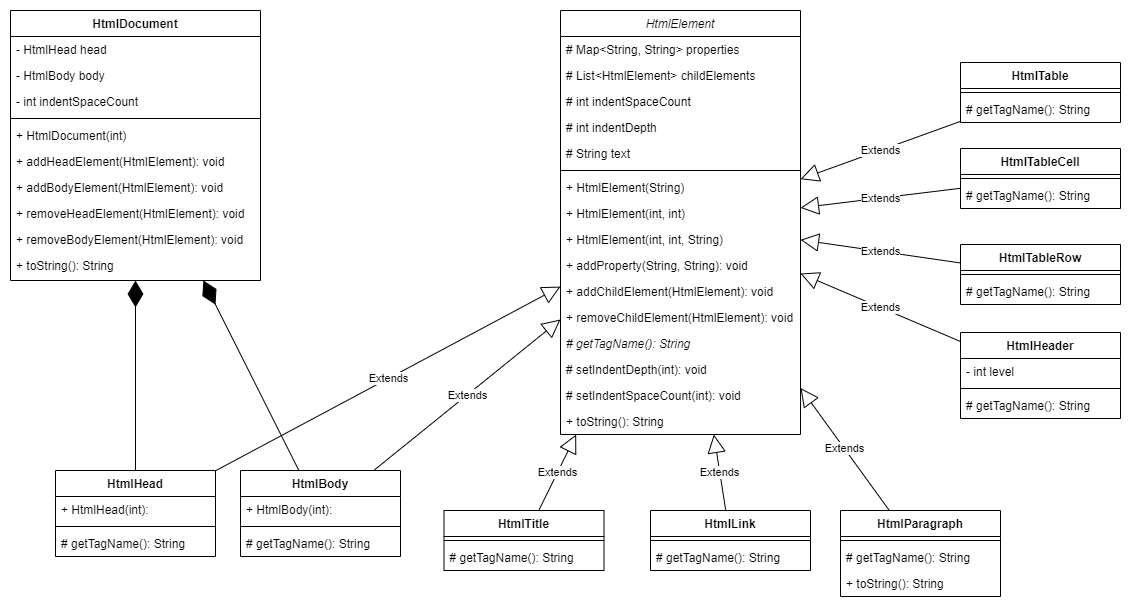
Earlier version of the draw.io export UML/Html-generator-drawio.png (Vajaylm/HtmlGenerator). Source tidied: cells renumbered, new cells last; positions are measured from the earlier drawing's top-left corner, leaving out a move shared by most shapes.
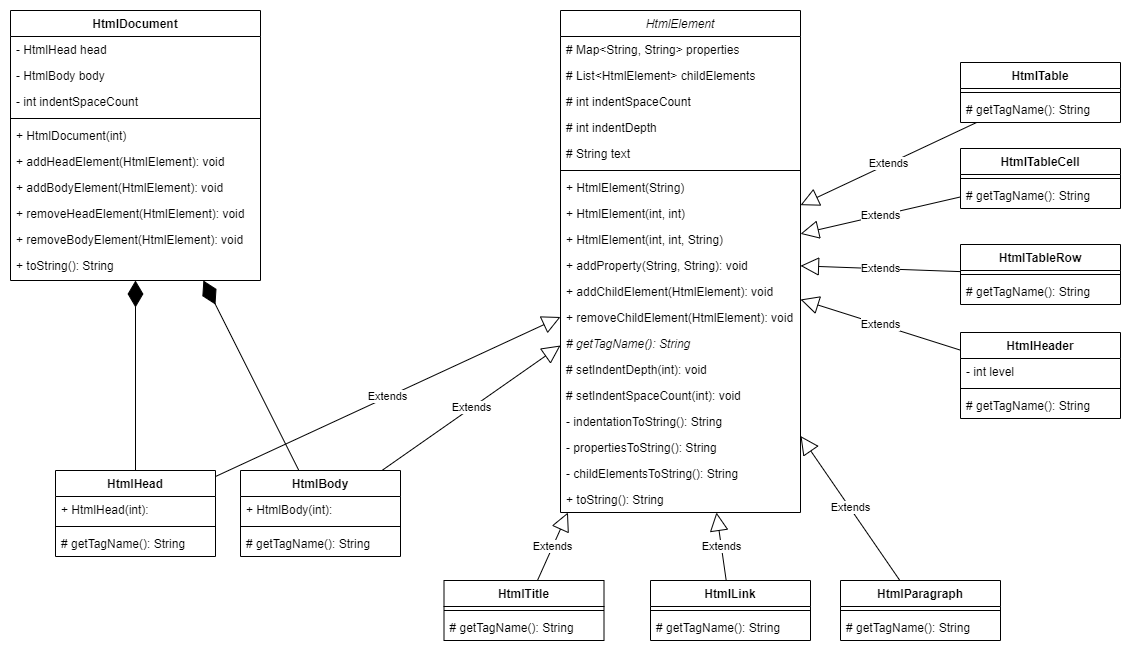
After the change.

Commit message:
Split toString method to smaller units for HtmlElement

The edit, as a diff of the source:
```diff
@@ -3,7 +3,7 @@
     <mxCell id="0" />
     <mxCell id="1" parent="0" />
     <mxCell id="2" value="HtmlElement" style="swimlane;fontStyle=2;align=center;verticalAlign=top;horizontal=1;startSize=26;rounded=0;shadow=0;strokeWidth=1;" parent="1" vertex="1">
-      <mxGeometry x="550" width="240" height="424" as="geometry" />
+      <mxGeometry x="550" width="240" height="502" as="geometry" />
     </mxCell>
     <mxCell id="3" value="# Map&lt;String, String&gt; properties&#10;" style="text;align=left;verticalAlign=top;spacingLeft=4;spacingRight=4;overflow=hidden;" parent="2" vertex="1">
       <mxGeometry y="26" width="240" height="26" as="geometry" />
@@ -50,8 +50,17 @@
     <mxCell id="17" value="# setIndentSpaceCount(int): void" style="text;align=left;verticalAlign=top;spacingLeft=4;spacingRight=4;overflow=hidden;" parent="2" vertex="1">
       <mxGeometry y="372" width="240" height="26" as="geometry" />
     </mxCell>
+    <mxCell id="72" value="- indentationToString(): String" style="text;align=left;verticalAlign=top;spacingLeft=4;spacingRight=4;overflow=hidden;" parent="2" vertex="1">
+      <mxGeometry y="398" width="240" height="26" as="geometry" />
+    </mxCell>
+    <mxCell id="73" value="- propertiesToString(): String" style="text;align=left;verticalAlign=top;spacingLeft=4;spacingRight=4;overflow=hidden;" parent="2" vertex="1">
+      <mxGeometry y="424" width="240" height="26" as="geometry" />
+    </mxCell>
+    <mxCell id="74" value="- childElementsToString(): String" style="text;align=left;verticalAlign=top;spacingLeft=4;spacingRight=4;overflow=hidden;" parent="2" vertex="1">
+      <mxGeometry y="450" width="240" height="26" as="geometry" />
+    </mxCell>
     <mxCell id="18" value="+ toString(): String" style="text;align=left;verticalAlign=top;spacingLeft=4;spacingRight=4;overflow=hidden;" parent="2" vertex="1">
-      <mxGeometry y="398" width="240" height="26" as="geometry" />
+      <mxGeometry y="476" width="240" height="26" as="geometry" />
     </mxCell>
     <mxCell id="19" value="HtmlDocument" style="swimlane;fontStyle=1;align=center;verticalAlign=top;horizontal=1;startSize=26;rounded=0;shadow=0;strokeWidth=1;" parent="1" vertex="1">
       <mxGeometry width="250" height="270" as="geometry" />
@@ -162,7 +171,7 @@
       <mxGeometry y="34" width="160" height="26" as="geometry" />
     </mxCell>
     <mxCell id="55" value="HtmlParagraph" style="swimlane;fontStyle=1;align=center;verticalAlign=top;horizontal=1;startSize=26;" parent="1" vertex="1">
-      <mxGeometry x="830" y="500" width="160" height="86" as="geometry" />
+      <mxGeometry x="830" y="570" width="160" height="60" as="geometry" />
     </mxCell>
     <mxCell id="56" style="line;strokeWidth=1;fillColor=none;align=left;verticalAlign=middle;spacingTop=-1;spacingLeft=3;spacingRight=3;labelPosition=right;strokeColor=inherit;" parent="55" vertex="1">
       <mxGeometry y="26" width="160" height="8" as="geometry" />
@@ -170,11 +179,8 @@
     <mxCell id="57" value="# getTagName(): String" style="text;strokeColor=none;fillColor=none;align=left;verticalAlign=top;spacingLeft=4;spacingRight=4;overflow=hidden;" parent="55" vertex="1">
       <mxGeometry y="34" width="160" height="26" as="geometry" />
     </mxCell>
-    <mxCell id="58" value="+ toString(): String" style="text;strokeColor=none;fillColor=none;align=left;verticalAlign=top;spacingLeft=4;spacingRight=4;overflow=hidden;" parent="55" vertex="1">
-      <mxGeometry y="60" width="160" height="26" as="geometry" />
-    </mxCell>
     <mxCell id="59" value="HtmlLink" style="swimlane;fontStyle=1;align=center;verticalAlign=top;horizontal=1;startSize=26;" parent="1" vertex="1">
-      <mxGeometry x="640" y="500" width="160" height="60" as="geometry" />
+      <mxGeometry x="640" y="570" width="160" height="60" as="geometry" />
     </mxCell>
     <mxCell id="60" style="line;strokeWidth=1;fillColor=none;align=left;verticalAlign=middle;spacingTop=-1;spacingLeft=3;spacingRight=3;labelPosition=right;strokeColor=inherit;" parent="59" vertex="1">
       <mxGeometry y="26" width="160" height="8" as="geometry" />
@@ -183,7 +189,7 @@
       <mxGeometry y="34" width="160" height="26" as="geometry" />
     </mxCell>
     <mxCell id="62" value="HtmlTitle" style="swimlane;fontStyle=1;align=center;verticalAlign=top;horizontal=1;startSize=26;" parent="1" vertex="1">
-      <mxGeometry x="433.5" y="500" width="160" height="60" as="geometry" />
+      <mxGeometry x="433.5" y="570" width="160" height="60" as="geometry" />
     </mxCell>
     <mxCell id="63" style="line;strokeWidth=1;fillColor=none;align=left;verticalAlign=middle;spacingTop=-1;spacingLeft=3;spacingRight=3;labelPosition=right;strokeColor=inherit;" parent="62" vertex="1">
       <mxGeometry y="26" width="160" height="8" as="geometry" />
```
